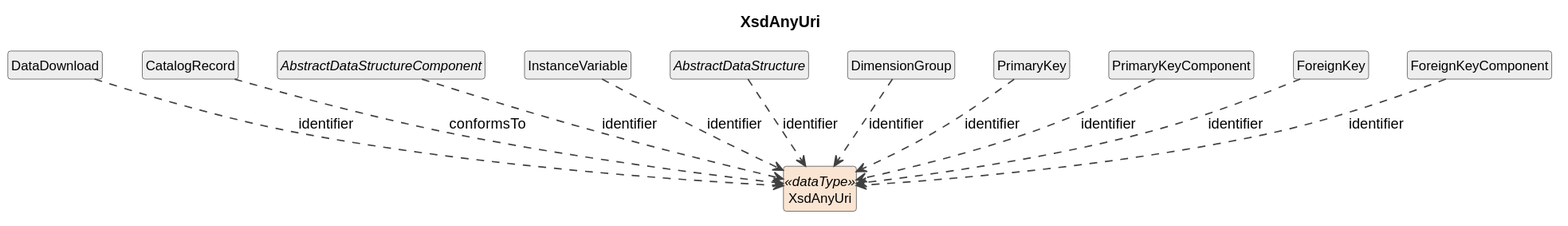
The PlantUML diagram cdif-uml-model/cdifDataStructure/DataTypes/XsdAnyUri.svg in Cross-Domain-Interoperability-Framework/metadataBuildingBlocks, before a commit.
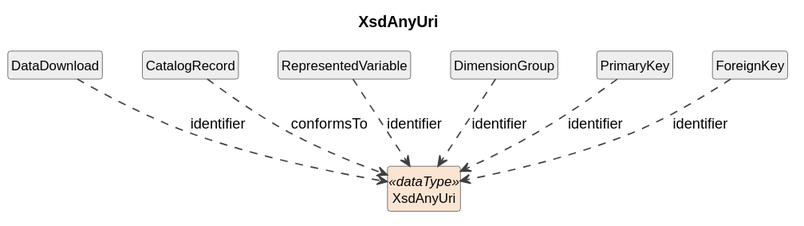
After the commit.

The edit, as a diff of the source:
```diff
@@ -15,20 +15,12 @@
 DataDownload ..> XsdAnyUri : identifier
 class "CatalogRecord" as CatalogRecord #EEEEEE
 CatalogRecord ..> XsdAnyUri : conformsTo
-abstract class "AbstractDataStructureComponent" as AbstractDataStructureComponent #EEEEEE
-AbstractDataStructureComponent ..> XsdAnyUri : identifier
-class "InstanceVariable" as InstanceVariable #EEEEEE
-InstanceVariable ..> XsdAnyUri : identifier
-abstract class "AbstractDataStructure" as AbstractDataStructure #EEEEEE
-AbstractDataStructure ..> XsdAnyUri : identifier
+class "RepresentedVariable" as RepresentedVariable #EEEEEE
+RepresentedVariable ..> XsdAnyUri : identifier
 class "DimensionGroup" as DimensionGroup #EEEEEE
 DimensionGroup ..> XsdAnyUri : identifier
 class "PrimaryKey" as PrimaryKey #EEEEEE
 PrimaryKey ..> XsdAnyUri : identifier
-class "PrimaryKeyComponent" as PrimaryKeyComponent #EEEEEE
-PrimaryKeyComponent ..> XsdAnyUri : identifier
 class "ForeignKey" as ForeignKey #EEEEEE
 ForeignKey ..> XsdAnyUri : identifier
-class "ForeignKeyComponent" as ForeignKeyComponent #EEEEEE
-ForeignKeyComponent ..> XsdAnyUri : identifier
 @enduml
```
